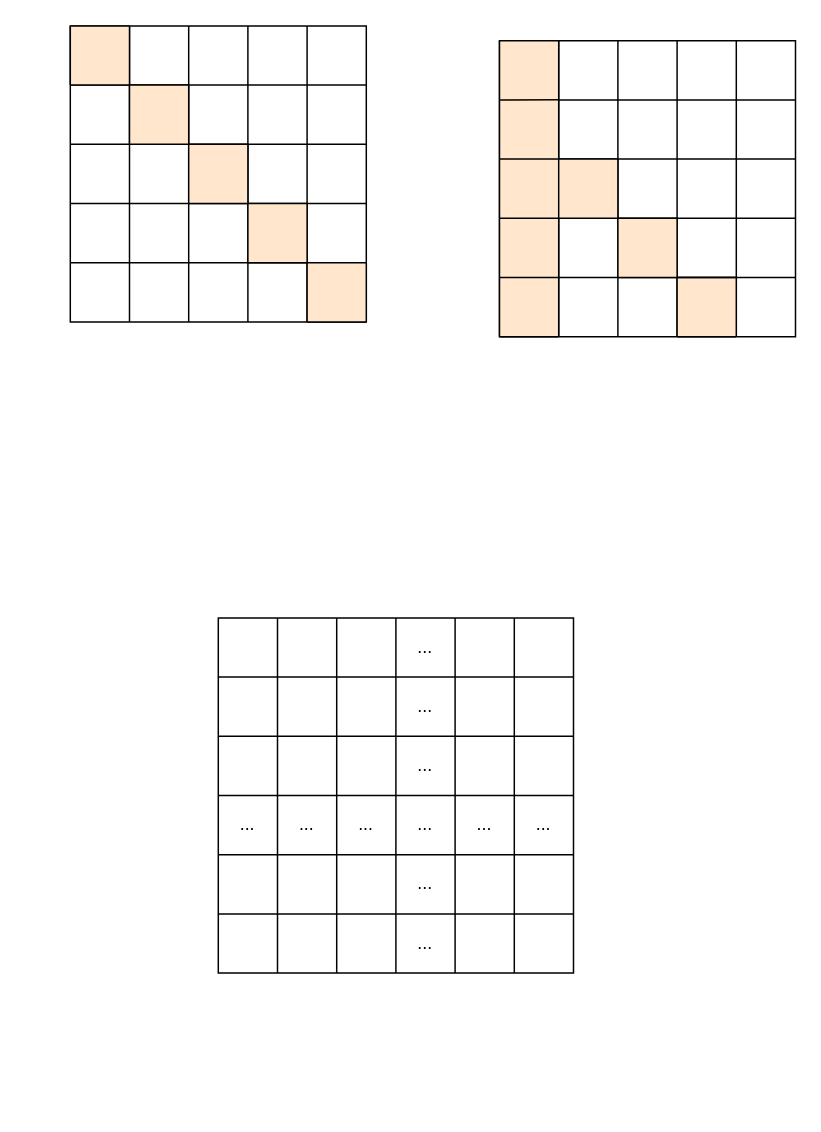
This is Attention.drawio from shinejjy/Flow-Chart, a draw.io file, before an edit. Source tidied: cells renumbered, new cells numbered last; positions are measured from the earlier drawing's top-left corner, leaving out a move shared by most shapes. Both pictures are drawn from the tidied source at 148%, with x=0, y=0 at pixel (70, 25).
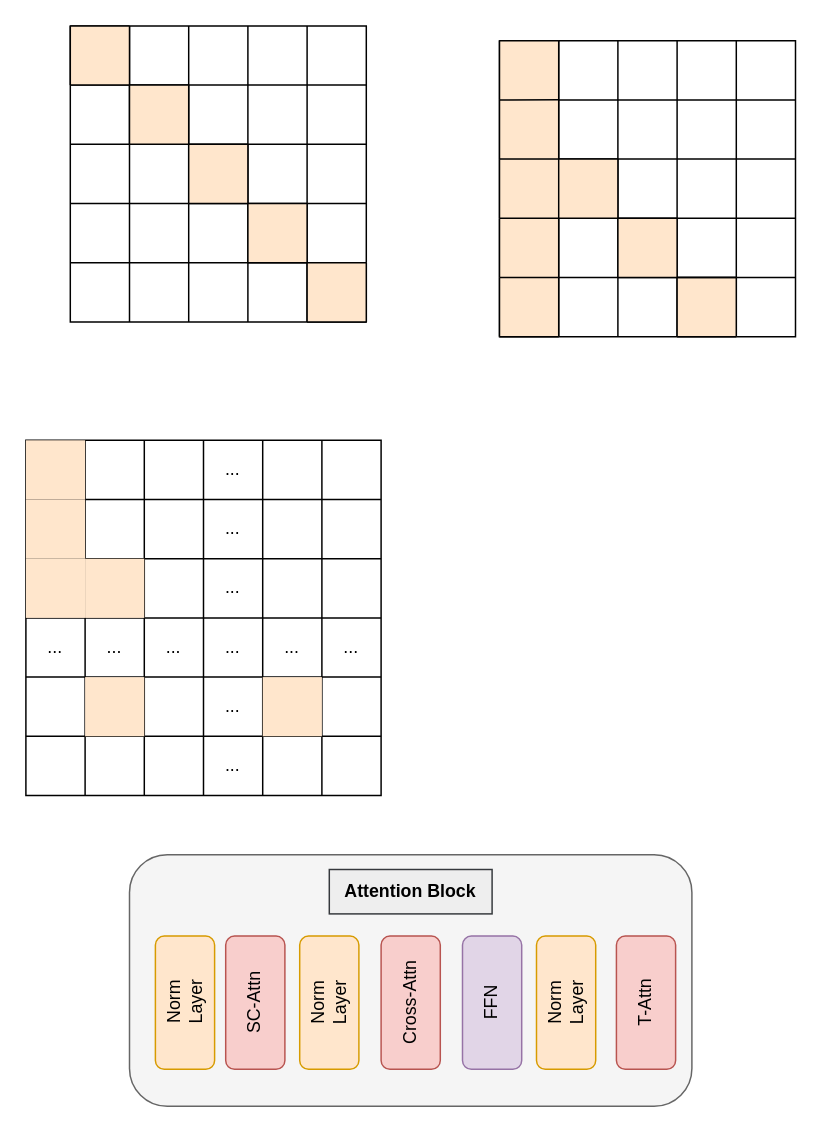
After the change.

Unchanged cells that the change refers to:
```xml
<mxCell id="113" style="shape=tableRow;horizontal=0;startSize=0;swimlaneHead=0;swimlaneBody=0;strokeColor=inherit;top=0;left=0;bottom=0;right=0;fillColor=none;" parent="112" vertex="1">
  <mxGeometry width="240" height="40" as="geometry" />
</mxCell>
<mxCell id="120" style="shape=tableRow;horizontal=0;startSize=0;swimlaneHead=0;swimlaneBody=0;strokeColor=inherit;top=0;left=0;bottom=0;right=0;fillColor=none;" parent="112" vertex="1">
  <mxGeometry y="40" width="240" height="40" as="geometry" />
</mxCell>
<mxCell id="127" style="shape=tableRow;horizontal=0;startSize=0;swimlaneHead=0;swimlaneBody=0;strokeColor=inherit;top=0;left=0;bottom=0;right=0;fillColor=none;" parent="112" vertex="1">
  <mxGeometry y="80" width="240" height="40" as="geometry" />
</mxCell>
<mxCell id="141" style="shape=tableRow;horizontal=0;startSize=0;swimlaneHead=0;swimlaneBody=0;strokeColor=inherit;top=0;left=0;bottom=0;right=0;fillColor=none;" parent="112" vertex="1">
  <mxGeometry y="160" width="240" height="40" as="geometry" />
</mxCell>
```

What changed in the source:
```diff
@@
     <mxCell id="112" style="shape=table;startSize=0;childLayout=tableLayout;" parent="1" vertex="1">
-      <mxGeometry x="100" y="400" width="240" height="240" as="geometry" />
+      <mxGeometry x="-30" y="280" width="240" height="240" as="geometry" />
     </mxCell>
@@
-    <mxCell id="114" style="shape=partialRectangle;html=1;whiteSpace=wrap;strokeColor=inherit;overflow=hidden;fillColor=none;top=0;left=0;bottom=0;right=0;" parent="113" vertex="1">
+    <mxCell id="114" style="shape=partialRectangle;html=1;whiteSpace=wrap;strokeColor=#d79b00;overflow=hidden;fillColor=#ffe6cc;top=0;left=0;bottom=0;right=0;" parent="113" vertex="1">
       <mxGeometry width="40" height="40" as="geometry" />
     </mxCell>
@@
-    <mxCell id="121" style="shape=partialRectangle;html=1;whiteSpace=wrap;strokeColor=inherit;overflow=hidden;fillColor=none;top=0;left=0;bottom=0;right=0;" parent="120" vertex="1">
+    <mxCell id="121" style="shape=partialRectangle;html=1;whiteSpace=wrap;strokeColor=#d79b00;overflow=hidden;fillColor=#ffe6cc;top=0;left=0;bottom=0;right=0;" parent="120" vertex="1">
       <mxGeometry width="40" height="40" as="geometry" />
     </mxCell>
@@
-    <mxCell id="128" style="shape=partialRectangle;html=1;whiteSpace=wrap;strokeColor=inherit;overflow=hidden;fillColor=none;top=0;left=0;bottom=0;right=0;" parent="127" vertex="1">
+    <mxCell id="128" style="shape=partialRectangle;html=1;whiteSpace=wrap;strokeColor=#d79b00;overflow=hidden;fillColor=#ffe6cc;top=0;left=0;bottom=0;right=0;" parent="127" vertex="1">
       <mxGeometry width="40" height="40" as="geometry" />
     </mxCell>
-    <mxCell id="129" style="shape=partialRectangle;html=1;whiteSpace=wrap;strokeColor=inherit;overflow=hidden;fillColor=none;top=0;left=0;bottom=0;right=0;" parent="127" vertex="1">
+    <mxCell id="129" style="shape=partialRectangle;html=1;whiteSpace=wrap;strokeColor=#d79b00;overflow=hidden;fillColor=#ffe6cc;top=0;left=0;bottom=0;right=0;" parent="127" vertex="1">
       <mxGeometry x="40" width="40" height="40" as="geometry" />
     </mxCell>
@@
-    <mxCell id="143" style="shape=partialRectangle;html=1;whiteSpace=wrap;strokeColor=inherit;overflow=hidden;fillColor=none;top=0;left=0;bottom=0;right=0;" parent="141" vertex="1">
+    <mxCell id="143" style="shape=partialRectangle;html=1;whiteSpace=wrap;strokeColor=#d79b00;overflow=hidden;fillColor=#ffe6cc;top=0;left=0;bottom=0;right=0;" parent="141" vertex="1">
       <mxGeometry x="40" width="40" height="40" as="geometry" />
     </mxCell>
@@
-    <mxCell id="146" style="shape=partialRectangle;html=1;whiteSpace=wrap;strokeColor=inherit;overflow=hidden;fillColor=none;top=0;left=0;bottom=0;right=0;" parent="141" vertex="1">
+    <mxCell id="146" style="shape=partialRectangle;html=1;whiteSpace=wrap;strokeColor=#d79b00;overflow=hidden;fillColor=#ffe6cc;top=0;left=0;bottom=0;right=0;" parent="141" vertex="1">
       <mxGeometry x="160" width="40" height="40" as="geometry" />
     </mxCell>
@@
+    <mxCell id="155" style="group;" parent="1" vertex="1">
+      <mxGeometry x="40" y="560" width="380" height="170" as="geometry" />
+    </mxCell>
+    <mxCell id="156" style="rounded=1;whiteSpace=wrap;html=1;fillColor=#f5f5f5;fontColor=#333333;strokeColor=#666666;" parent="155" vertex="1">
+      <mxGeometry width="380" height="170" as="geometry" />
+    </mxCell>
+    <mxCell id="157" value="Norm&lt;br&gt;Layer" style="rounded=1;whiteSpace=wrap;html=1;rotation=-90;fillColor=#ffe6cc;strokeColor=#d79b00;" parent="155" vertex="1">
+      <mxGeometry x="-7.5" y="80" width="90" height="40" as="geometry" />
+    </mxCell>
+    <mxCell id="158" value="SC-Attn" style="rounded=1;whiteSpace=wrap;html=1;rotation=-90;fillColor=#f8cecc;strokeColor=#b85450;" parent="155" vertex="1">
+      <mxGeometry x="40" y="80" width="90" height="40" as="geometry" />
+    </mxCell>
+    <mxCell id="159" value="Norm&lt;br&gt;Layer" style="rounded=1;whiteSpace=wrap;html=1;rotation=-90;fillColor=#ffe6cc;strokeColor=#d79b00;" parent="155" vertex="1">
+      <mxGeometry x="90" y="80" width="90" height="40" as="geometry" />
+    </mxCell>
+    <mxCell id="160" value="FFN" style="rounded=1;whiteSpace=wrap;html=1;rotation=-90;fillColor=#e1d5e7;strokeColor=#9673a6;" parent="155" vertex="1">
+      <mxGeometry x="200" y="80" width="90" height="40" as="geometry" />
+    </mxCell>
+    <mxCell id="161" value="Norm&lt;br&gt;Layer" style="rounded=1;whiteSpace=wrap;html=1;rotation=-90;fillColor=#ffe6cc;strokeColor=#d79b00;" parent="155" vertex="1">
+      <mxGeometry x="250" y="80" width="90" height="40" as="geometry" />
+    </mxCell>
+    <mxCell id="162" value="Cross-Attn" style="rounded=1;whiteSpace=wrap;html=1;rotation=-90;fillColor=#f8cecc;strokeColor=#b85450;" parent="155" vertex="1">
+      <mxGeometry x="145" y="80" width="90" height="40" as="geometry" />
+    </mxCell>
+    <mxCell id="163" value="T-Attn" style="rounded=1;whiteSpace=wrap;html=1;rotation=-90;fillColor=#f8cecc;strokeColor=#b85450;" parent="155" vertex="1">
+      <mxGeometry x="304" y="80" width="90" height="40" as="geometry" />
+    </mxCell>
+    <mxCell id="164" value="&lt;b&gt;Attention Block&lt;/b&gt;" style="text;html=1;align=center;verticalAlign=middle;whiteSpace=wrap;rounded=0;fillColor=#eeeeee;strokeColor=#36393d;" parent="155" vertex="1">
+      <mxGeometry x="135" y="10" width="110" height="30" as="geometry" />
+    </mxCell>
```
